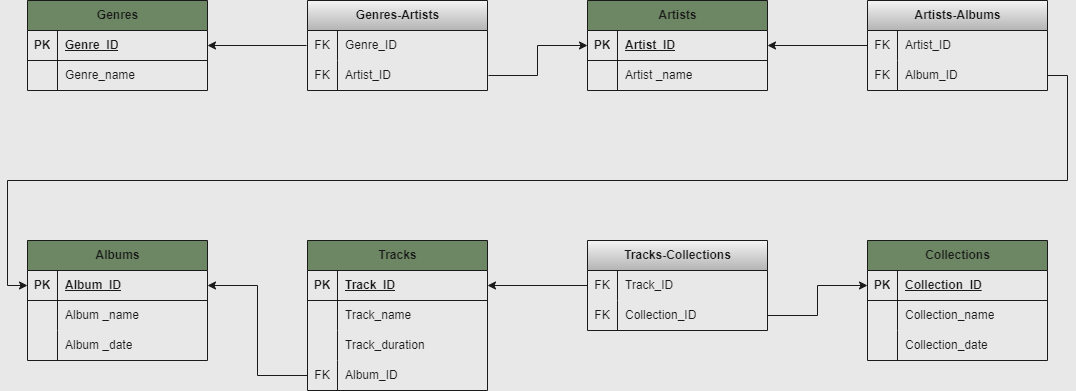
Earlier version of the draw.io export Home_work_database_2.drawio.png (semenov-vasily/Home_work_database). Source tidied: cells renumbered, new cells last; positions are measured from the earlier drawing's top-left corner, leaving out a move shared by most shapes.
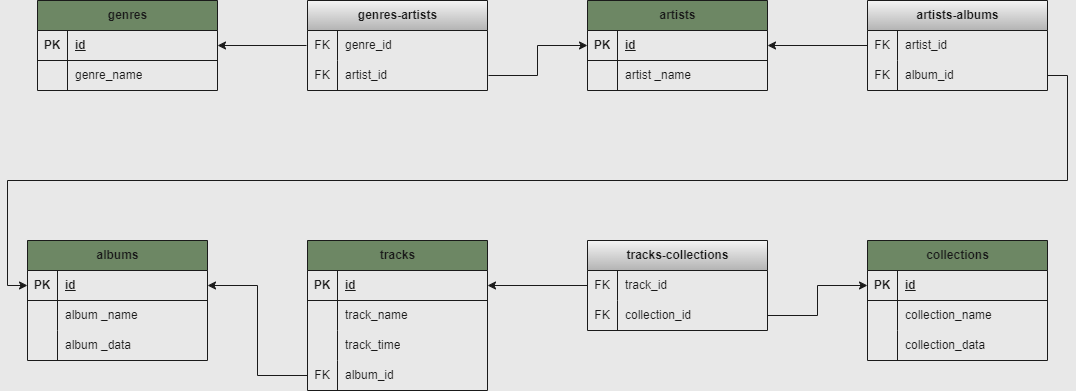
After the commit.

The edit, as a diff of the source:
```diff
@@ -4,4 +4,4 @@
     <mxCell id="1" parent="0" />
-    <mxCell id="2" value="Genres" style="shape=table;startSize=30;rowLines=0;fontStyle=1;align=center;html=1;rounded=0;labelBackgroundColor=none;fillColor=#6d8764;strokeColor=#1A1A1A;fontColor=#1A1A1A;labelBorderColor=none;swimlaneLine=1;shadow=0;fixDash=0;enumerate=0;comic=0;backgroundOutline=0;strokeWidth=1;" parent="1" vertex="1">
-      <mxGeometry width="180" height="90" as="geometry" />
+    <mxCell id="2" value="genres" style="shape=table;startSize=30;rowLines=0;fontStyle=1;align=center;html=1;rounded=0;labelBackgroundColor=none;fillColor=#6d8764;strokeColor=#1A1A1A;fontColor=#1A1A1A;labelBorderColor=none;swimlaneLine=1;shadow=0;fixDash=0;enumerate=0;comic=0;backgroundOutline=0;strokeWidth=1;" parent="1" vertex="1">
+      <mxGeometry x="10" width="180" height="90" as="geometry" />
     </mxCell>
@@ -13,3 +13,3 @@
     </mxCell>
-    <mxCell id="5" value="Genre_ID" style="shape=partialRectangle;fillColor=none;top=0;left=0;bottom=0;right=0;align=left;spacingLeft=6;fontStyle=5;overflow=hidden;whiteSpace=wrap;html=1;rounded=0;labelBackgroundColor=none;strokeColor=#1A1A1A;fontColor=#1A1A1A;labelBorderColor=none;swimlaneLine=1;shadow=0;fixDash=0;enumerate=0;comic=0;backgroundOutline=0;strokeWidth=1;" parent="3" vertex="1">
+    <mxCell id="5" value="id" style="shape=partialRectangle;fillColor=none;top=0;left=0;bottom=0;right=0;align=left;spacingLeft=6;fontStyle=5;overflow=hidden;whiteSpace=wrap;html=1;rounded=0;labelBackgroundColor=none;strokeColor=#1A1A1A;fontColor=#1A1A1A;labelBorderColor=none;swimlaneLine=1;shadow=0;fixDash=0;enumerate=0;comic=0;backgroundOutline=0;strokeWidth=1;" parent="3" vertex="1">
       <mxGeometry x="30" width="150" height="30" as="geometry" />
@@ -22,6 +22,6 @@
     </mxCell>
-    <mxCell id="8" value="Genre_name" style="shape=partialRectangle;fillColor=none;top=0;left=0;bottom=0;right=0;align=left;spacingLeft=6;overflow=hidden;whiteSpace=wrap;html=1;rounded=0;labelBackgroundColor=none;strokeColor=#1A1A1A;fontColor=#1A1A1A;labelBorderColor=none;swimlaneLine=1;shadow=0;fixDash=0;enumerate=0;comic=0;backgroundOutline=0;strokeWidth=1;" parent="6" vertex="1">
+    <mxCell id="8" value="genre_name" style="shape=partialRectangle;fillColor=none;top=0;left=0;bottom=0;right=0;align=left;spacingLeft=6;overflow=hidden;whiteSpace=wrap;html=1;rounded=0;labelBackgroundColor=none;strokeColor=#1A1A1A;fontColor=#1A1A1A;labelBorderColor=none;swimlaneLine=1;shadow=0;fixDash=0;enumerate=0;comic=0;backgroundOutline=0;strokeWidth=1;" parent="6" vertex="1">
       <mxGeometry x="30" width="150" height="30" as="geometry" />
     </mxCell>
-    <mxCell id="9" value="Artists" style="shape=table;startSize=30;rowLines=0;fontStyle=1;align=center;html=1;rounded=0;labelBackgroundColor=none;fillColor=#6d8764;strokeColor=#1A1A1A;fontColor=#1A1A1A;strokeWidth=1;labelBorderColor=none;swimlaneLine=1;shadow=0;fixDash=0;enumerate=0;comic=0;backgroundOutline=0;" parent="1" vertex="1">
+    <mxCell id="9" value="artists" style="shape=table;startSize=30;rowLines=0;fontStyle=1;align=center;html=1;rounded=0;labelBackgroundColor=none;fillColor=#6d8764;strokeColor=#1A1A1A;fontColor=#1A1A1A;strokeWidth=1;labelBorderColor=none;swimlaneLine=1;shadow=0;fixDash=0;enumerate=0;comic=0;backgroundOutline=0;" parent="1" vertex="1">
       <mxGeometry x="560" width="180" height="90" as="geometry" />
@@ -34,3 +34,3 @@
     </mxCell>
-    <mxCell id="12" value="Artist_ID" style="shape=partialRectangle;fillColor=none;top=0;left=0;bottom=0;right=0;align=left;spacingLeft=6;fontStyle=5;overflow=hidden;whiteSpace=wrap;html=1;rounded=0;labelBackgroundColor=none;strokeColor=#1A1A1A;fontColor=#1A1A1A;strokeWidth=1;labelBorderColor=none;swimlaneLine=1;shadow=0;fixDash=0;enumerate=0;comic=0;backgroundOutline=0;" parent="10" vertex="1">
+    <mxCell id="12" value="id" style="shape=partialRectangle;fillColor=none;top=0;left=0;bottom=0;right=0;align=left;spacingLeft=6;fontStyle=5;overflow=hidden;whiteSpace=wrap;html=1;rounded=0;labelBackgroundColor=none;strokeColor=#1A1A1A;fontColor=#1A1A1A;strokeWidth=1;labelBorderColor=none;swimlaneLine=1;shadow=0;fixDash=0;enumerate=0;comic=0;backgroundOutline=0;" parent="10" vertex="1">
       <mxGeometry x="30" width="150" height="30" as="geometry" />
@@ -43,6 +43,6 @@
     </mxCell>
-    <mxCell id="15" value="Artist _name" style="shape=partialRectangle;fillColor=none;top=0;left=0;bottom=0;right=0;align=left;spacingLeft=6;overflow=hidden;whiteSpace=wrap;html=1;rounded=0;labelBackgroundColor=none;strokeColor=#1A1A1A;fontColor=#1A1A1A;strokeWidth=1;labelBorderColor=none;swimlaneLine=1;shadow=0;fixDash=0;enumerate=0;comic=0;backgroundOutline=0;" parent="13" vertex="1">
+    <mxCell id="15" value="artist _name" style="shape=partialRectangle;fillColor=none;top=0;left=0;bottom=0;right=0;align=left;spacingLeft=6;overflow=hidden;whiteSpace=wrap;html=1;rounded=0;labelBackgroundColor=none;strokeColor=#1A1A1A;fontColor=#1A1A1A;strokeWidth=1;labelBorderColor=none;swimlaneLine=1;shadow=0;fixDash=0;enumerate=0;comic=0;backgroundOutline=0;" parent="13" vertex="1">
       <mxGeometry x="30" width="150" height="30" as="geometry" />
     </mxCell>
-    <mxCell id="16" value="Albums" style="shape=table;startSize=30;rowLines=0;fontStyle=1;align=center;html=1;rounded=0;labelBackgroundColor=none;fillColor=#6d8764;strokeColor=#1A1A1A;fontColor=#1A1A1A;labelBorderColor=none;swimlaneLine=1;shadow=0;fixDash=0;enumerate=0;comic=0;backgroundOutline=0;strokeWidth=1;" parent="1" vertex="1">
+    <mxCell id="16" value="albums" style="shape=table;startSize=30;rowLines=0;fontStyle=1;align=center;html=1;rounded=0;labelBackgroundColor=none;fillColor=#6d8764;strokeColor=#1A1A1A;fontColor=#1A1A1A;labelBorderColor=none;swimlaneLine=1;shadow=0;fixDash=0;enumerate=0;comic=0;backgroundOutline=0;strokeWidth=1;" parent="1" vertex="1">
       <mxGeometry y="240" width="180" height="120" as="geometry" />
@@ -55,3 +55,3 @@
     </mxCell>
-    <mxCell id="19" value="Album_ID" style="shape=partialRectangle;fillColor=none;top=0;left=0;bottom=0;right=0;align=left;spacingLeft=6;fontStyle=5;overflow=hidden;whiteSpace=wrap;html=1;rounded=0;labelBackgroundColor=none;strokeColor=#1A1A1A;fontColor=#1A1A1A;labelBorderColor=none;swimlaneLine=1;shadow=0;fixDash=0;enumerate=0;comic=0;backgroundOutline=0;strokeWidth=1;" parent="17" vertex="1">
+    <mxCell id="19" value="id" style="shape=partialRectangle;fillColor=none;top=0;left=0;bottom=0;right=0;align=left;spacingLeft=6;fontStyle=5;overflow=hidden;whiteSpace=wrap;html=1;rounded=0;labelBackgroundColor=none;strokeColor=#1A1A1A;fontColor=#1A1A1A;labelBorderColor=none;swimlaneLine=1;shadow=0;fixDash=0;enumerate=0;comic=0;backgroundOutline=0;strokeWidth=1;" parent="17" vertex="1">
       <mxGeometry x="30" width="150" height="30" as="geometry" />
@@ -64,3 +64,3 @@
     </mxCell>
-    <mxCell id="22" value="Album _name" style="shape=partialRectangle;fillColor=none;top=0;left=0;bottom=0;right=0;align=left;spacingLeft=6;overflow=hidden;whiteSpace=wrap;html=1;rounded=0;labelBackgroundColor=none;strokeColor=#1A1A1A;fontColor=#1A1A1A;labelBorderColor=none;swimlaneLine=1;shadow=0;fixDash=0;enumerate=0;comic=0;backgroundOutline=0;strokeWidth=1;" parent="20" vertex="1">
+    <mxCell id="22" value="album _name" style="shape=partialRectangle;fillColor=none;top=0;left=0;bottom=0;right=0;align=left;spacingLeft=6;overflow=hidden;whiteSpace=wrap;html=1;rounded=0;labelBackgroundColor=none;strokeColor=#1A1A1A;fontColor=#1A1A1A;labelBorderColor=none;swimlaneLine=1;shadow=0;fixDash=0;enumerate=0;comic=0;backgroundOutline=0;strokeWidth=1;" parent="20" vertex="1">
       <mxGeometry x="30" width="150" height="30" as="geometry" />
@@ -73,6 +73,6 @@
     </mxCell>
-    <mxCell id="25" value="Album _date" style="shape=partialRectangle;fillColor=none;top=0;left=0;bottom=0;right=0;align=left;spacingLeft=6;overflow=hidden;whiteSpace=wrap;html=1;rounded=0;labelBackgroundColor=none;strokeColor=#1A1A1A;fontColor=#1A1A1A;labelBorderColor=none;swimlaneLine=1;shadow=0;fixDash=0;enumerate=0;comic=0;backgroundOutline=0;strokeWidth=1;" parent="23" vertex="1">
+    <mxCell id="25" value="album _data" style="shape=partialRectangle;fillColor=none;top=0;left=0;bottom=0;right=0;align=left;spacingLeft=6;overflow=hidden;whiteSpace=wrap;html=1;rounded=0;labelBackgroundColor=none;strokeColor=#1A1A1A;fontColor=#1A1A1A;labelBorderColor=none;swimlaneLine=1;shadow=0;fixDash=0;enumerate=0;comic=0;backgroundOutline=0;strokeWidth=1;" parent="23" vertex="1">
       <mxGeometry x="30" width="150" height="30" as="geometry" />
     </mxCell>
-    <mxCell id="26" value="Tracks" style="shape=table;startSize=30;rowLines=0;fontStyle=1;align=center;html=1;rounded=0;swimlaneLine=1;labelBackgroundColor=none;fillColor=#6d8764;strokeColor=#1A1A1A;fontColor=#1A1A1A;labelBorderColor=none;shadow=0;fixDash=0;enumerate=0;comic=0;backgroundOutline=0;strokeWidth=1;" parent="1" vertex="1">
+    <mxCell id="26" value="tracks" style="shape=table;startSize=30;rowLines=0;fontStyle=1;align=center;html=1;rounded=0;swimlaneLine=1;labelBackgroundColor=none;fillColor=#6d8764;strokeColor=#1A1A1A;fontColor=#1A1A1A;labelBorderColor=none;shadow=0;fixDash=0;enumerate=0;comic=0;backgroundOutline=0;strokeWidth=1;" parent="1" vertex="1">
       <mxGeometry x="280" y="240" width="180" height="150" as="geometry" />
@@ -85,3 +85,3 @@
     </mxCell>
-    <mxCell id="29" value="Track_ID" style="shape=partialRectangle;fillColor=none;top=0;left=0;bottom=0;right=0;align=left;spacingLeft=6;fontStyle=5;overflow=hidden;whiteSpace=wrap;html=1;rounded=0;labelBackgroundColor=none;strokeColor=#1A1A1A;fontColor=#1A1A1A;labelBorderColor=none;swimlaneLine=1;shadow=0;fixDash=0;enumerate=0;comic=0;backgroundOutline=0;strokeWidth=1;" parent="27" vertex="1">
+    <mxCell id="29" value="id" style="shape=partialRectangle;fillColor=none;top=0;left=0;bottom=0;right=0;align=left;spacingLeft=6;fontStyle=5;overflow=hidden;whiteSpace=wrap;html=1;rounded=0;labelBackgroundColor=none;strokeColor=#1A1A1A;fontColor=#1A1A1A;labelBorderColor=none;swimlaneLine=1;shadow=0;fixDash=0;enumerate=0;comic=0;backgroundOutline=0;strokeWidth=1;" parent="27" vertex="1">
       <mxGeometry x="30" width="150" height="30" as="geometry" />
@@ -94,3 +94,3 @@
     </mxCell>
-    <mxCell id="32" value="Track_name" style="shape=partialRectangle;fillColor=none;top=0;left=0;bottom=0;right=0;align=left;spacingLeft=6;overflow=hidden;whiteSpace=wrap;html=1;rounded=0;labelBackgroundColor=none;strokeColor=#1A1A1A;fontColor=#1A1A1A;labelBorderColor=none;swimlaneLine=1;shadow=0;fixDash=0;enumerate=0;comic=0;backgroundOutline=0;strokeWidth=1;" parent="30" vertex="1">
+    <mxCell id="32" value="track_name" style="shape=partialRectangle;fillColor=none;top=0;left=0;bottom=0;right=0;align=left;spacingLeft=6;overflow=hidden;whiteSpace=wrap;html=1;rounded=0;labelBackgroundColor=none;strokeColor=#1A1A1A;fontColor=#1A1A1A;labelBorderColor=none;swimlaneLine=1;shadow=0;fixDash=0;enumerate=0;comic=0;backgroundOutline=0;strokeWidth=1;" parent="30" vertex="1">
       <mxGeometry x="30" width="150" height="30" as="geometry" />
@@ -103,3 +103,3 @@
     </mxCell>
-    <mxCell id="35" value="Track_duration" style="shape=partialRectangle;fillColor=none;top=0;left=0;bottom=0;right=0;align=left;spacingLeft=6;overflow=hidden;whiteSpace=wrap;html=1;rounded=0;labelBackgroundColor=none;strokeColor=#1A1A1A;fontColor=#1A1A1A;labelBorderColor=none;swimlaneLine=1;shadow=0;fixDash=0;enumerate=0;comic=0;backgroundOutline=0;strokeWidth=1;" parent="33" vertex="1">
+    <mxCell id="35" value="track_time" style="shape=partialRectangle;fillColor=none;top=0;left=0;bottom=0;right=0;align=left;spacingLeft=6;overflow=hidden;whiteSpace=wrap;html=1;rounded=0;labelBackgroundColor=none;strokeColor=#1A1A1A;fontColor=#1A1A1A;labelBorderColor=none;swimlaneLine=1;shadow=0;fixDash=0;enumerate=0;comic=0;backgroundOutline=0;strokeWidth=1;" parent="33" vertex="1">
       <mxGeometry x="30" width="150" height="30" as="geometry" />
@@ -112,3 +112,3 @@
     </mxCell>
-    <mxCell id="38" value="Album_ID" style="shape=partialRectangle;fillColor=none;top=0;left=0;bottom=0;right=0;align=left;spacingLeft=6;overflow=hidden;whiteSpace=wrap;html=1;rounded=0;labelBackgroundColor=none;strokeColor=#1A1A1A;fontColor=#1A1A1A;labelBorderColor=none;swimlaneLine=1;shadow=0;fixDash=0;enumerate=0;comic=0;backgroundOutline=0;strokeWidth=1;" parent="36" vertex="1">
+    <mxCell id="38" value="album_id" style="shape=partialRectangle;fillColor=none;top=0;left=0;bottom=0;right=0;align=left;spacingLeft=6;overflow=hidden;whiteSpace=wrap;html=1;rounded=0;labelBackgroundColor=none;strokeColor=#1A1A1A;fontColor=#1A1A1A;labelBorderColor=none;swimlaneLine=1;shadow=0;fixDash=0;enumerate=0;comic=0;backgroundOutline=0;strokeWidth=1;" parent="36" vertex="1">
       <mxGeometry x="30" width="150" height="30" as="geometry" />
@@ -118,3 +118,3 @@
     </mxCell>
-    <mxCell id="40" value="Genres-Artists" style="shape=table;startSize=30;rowLines=0;fontStyle=1;align=center;html=1;fillColor=#f5f5f5;strokeColor=#1A1A1A;gradientColor=#b3b3b3;swimlaneLine=1;perimeterSpacing=1;swimlaneFillColor=none;fontColor=#1A1A1A;labelBorderColor=none;shadow=0;fixDash=0;enumerate=0;comic=0;backgroundOutline=0;strokeWidth=1;" parent="1" vertex="1">
+    <mxCell id="40" value="genres-artists" style="shape=table;startSize=30;rowLines=0;fontStyle=1;align=center;html=1;fillColor=#f5f5f5;strokeColor=#1A1A1A;gradientColor=#b3b3b3;swimlaneLine=1;perimeterSpacing=1;swimlaneFillColor=none;fontColor=#1A1A1A;labelBorderColor=none;shadow=0;fixDash=0;enumerate=0;comic=0;backgroundOutline=0;strokeWidth=1;" parent="1" vertex="1">
       <mxGeometry x="280" width="180" height="90" as="geometry" />
@@ -127,3 +127,3 @@
     </mxCell>
-    <mxCell id="43" value="Genre_ID" style="shape=partialRectangle;fillColor=none;top=0;left=0;bottom=0;right=0;align=left;spacingLeft=6;overflow=hidden;whiteSpace=wrap;html=1;strokeColor=#1A1A1A;perimeterSpacing=1;fontColor=#1A1A1A;labelBorderColor=none;swimlaneLine=1;shadow=0;fixDash=0;enumerate=0;comic=0;backgroundOutline=0;strokeWidth=1;" parent="41" vertex="1">
+    <mxCell id="43" value="genre_id" style="shape=partialRectangle;fillColor=none;top=0;left=0;bottom=0;right=0;align=left;spacingLeft=6;overflow=hidden;whiteSpace=wrap;html=1;strokeColor=#1A1A1A;perimeterSpacing=1;fontColor=#1A1A1A;labelBorderColor=none;swimlaneLine=1;shadow=0;fixDash=0;enumerate=0;comic=0;backgroundOutline=0;strokeWidth=1;" parent="41" vertex="1">
       <mxGeometry x="30" width="150" height="30" as="geometry" />
@@ -136,3 +136,3 @@
     </mxCell>
-    <mxCell id="46" value="Artist_ID" style="shape=partialRectangle;fillColor=none;top=0;left=0;bottom=0;right=0;align=left;spacingLeft=6;overflow=hidden;whiteSpace=wrap;html=1;strokeColor=#1A1A1A;perimeterSpacing=1;fontColor=#1A1A1A;labelBorderColor=none;swimlaneLine=1;shadow=0;fixDash=0;enumerate=0;comic=0;backgroundOutline=0;strokeWidth=1;" parent="44" vertex="1">
+    <mxCell id="46" value="artist_id" style="shape=partialRectangle;fillColor=none;top=0;left=0;bottom=0;right=0;align=left;spacingLeft=6;overflow=hidden;whiteSpace=wrap;html=1;strokeColor=#1A1A1A;perimeterSpacing=1;fontColor=#1A1A1A;labelBorderColor=none;swimlaneLine=1;shadow=0;fixDash=0;enumerate=0;comic=0;backgroundOutline=0;strokeWidth=1;" parent="44" vertex="1">
       <mxGeometry x="30" width="150" height="30" as="geometry" />
@@ -148,3 +148,3 @@
     </mxCell>
-    <mxCell id="50" value="Artists-Albums" style="shape=table;startSize=30;rowLines=0;fontStyle=1;align=center;html=1;fillColor=#f5f5f5;gradientColor=#b3b3b3;strokeColor=#1A1A1A;fontColor=#1A1A1A;labelBorderColor=none;swimlaneLine=1;shadow=0;snapToPoint=0;fixDash=0;enumerate=0;comic=0;backgroundOutline=0;strokeWidth=1;" parent="1" vertex="1">
+    <mxCell id="50" value="artists-albums" style="shape=table;startSize=30;rowLines=0;fontStyle=1;align=center;html=1;fillColor=#f5f5f5;gradientColor=#b3b3b3;strokeColor=#1A1A1A;fontColor=#1A1A1A;labelBorderColor=none;swimlaneLine=1;shadow=0;snapToPoint=0;fixDash=0;enumerate=0;comic=0;backgroundOutline=0;strokeWidth=1;" parent="1" vertex="1">
       <mxGeometry x="840" width="180" height="90" as="geometry" />
@@ -157,3 +157,3 @@
     </mxCell>
-    <mxCell id="53" value="Artist_ID" style="shape=partialRectangle;fillColor=none;top=0;left=0;bottom=0;right=0;align=left;spacingLeft=6;overflow=hidden;whiteSpace=wrap;html=1;strokeColor=#1A1A1A;fontColor=#1A1A1A;labelBorderColor=none;swimlaneLine=1;shadow=0;fixDash=0;enumerate=0;comic=0;backgroundOutline=0;strokeWidth=1;" parent="51" vertex="1">
+    <mxCell id="53" value="artist_id" style="shape=partialRectangle;fillColor=none;top=0;left=0;bottom=0;right=0;align=left;spacingLeft=6;overflow=hidden;whiteSpace=wrap;html=1;strokeColor=#1A1A1A;fontColor=#1A1A1A;labelBorderColor=none;swimlaneLine=1;shadow=0;fixDash=0;enumerate=0;comic=0;backgroundOutline=0;strokeWidth=1;" parent="51" vertex="1">
       <mxGeometry x="30" width="150" height="30" as="geometry" />
@@ -166,3 +166,3 @@
     </mxCell>
-    <mxCell id="56" value="Album_ID" style="shape=partialRectangle;fillColor=none;top=0;left=0;bottom=0;right=0;align=left;spacingLeft=6;overflow=hidden;whiteSpace=wrap;html=1;strokeColor=#1A1A1A;fontColor=#1A1A1A;labelBorderColor=none;swimlaneLine=1;shadow=0;fixDash=0;enumerate=0;comic=0;backgroundOutline=0;strokeWidth=1;" parent="54" vertex="1">
+    <mxCell id="56" value="album_id" style="shape=partialRectangle;fillColor=none;top=0;left=0;bottom=0;right=0;align=left;spacingLeft=6;overflow=hidden;whiteSpace=wrap;html=1;strokeColor=#1A1A1A;fontColor=#1A1A1A;labelBorderColor=none;swimlaneLine=1;shadow=0;fixDash=0;enumerate=0;comic=0;backgroundOutline=0;strokeWidth=1;" parent="54" vertex="1">
       <mxGeometry x="30" width="150" height="30" as="geometry" />
@@ -172,3 +172,3 @@
     </mxCell>
-    <mxCell id="58" value="Collections" style="shape=table;startSize=30;rowLines=0;fontStyle=1;align=center;html=1;fillColor=#6d8764;strokeColor=#1A1A1A;fontColor=#1A1A1A;labelBorderColor=none;swimlaneLine=1;shadow=0;fixDash=0;enumerate=0;comic=0;backgroundOutline=0;strokeWidth=1;" parent="1" vertex="1">
+    <mxCell id="58" value="collections" style="shape=table;startSize=30;rowLines=0;fontStyle=1;align=center;html=1;fillColor=#6d8764;strokeColor=#1A1A1A;fontColor=#1A1A1A;labelBorderColor=none;swimlaneLine=1;shadow=0;fixDash=0;enumerate=0;comic=0;backgroundOutline=0;strokeWidth=1;" parent="1" vertex="1">
       <mxGeometry x="840" y="240" width="180" height="120" as="geometry" />
@@ -181,3 +181,3 @@
     </mxCell>
-    <mxCell id="61" value="Collection_ID" style="shape=partialRectangle;fillColor=none;top=0;left=0;bottom=0;right=0;align=left;spacingLeft=6;fontStyle=5;overflow=hidden;whiteSpace=wrap;html=1;strokeColor=#1A1A1A;fontColor=#1A1A1A;labelBorderColor=none;swimlaneLine=1;shadow=0;fixDash=0;enumerate=0;comic=0;backgroundOutline=0;strokeWidth=1;" parent="59" vertex="1">
+    <mxCell id="61" value="id" style="shape=partialRectangle;fillColor=none;top=0;left=0;bottom=0;right=0;align=left;spacingLeft=6;fontStyle=5;overflow=hidden;whiteSpace=wrap;html=1;strokeColor=#1A1A1A;fontColor=#1A1A1A;labelBorderColor=none;swimlaneLine=1;shadow=0;fixDash=0;enumerate=0;comic=0;backgroundOutline=0;strokeWidth=1;" parent="59" vertex="1">
       <mxGeometry x="30" width="150" height="30" as="geometry" />
@@ -190,3 +190,3 @@
     </mxCell>
-    <mxCell id="64" value="Collection_name" style="shape=partialRectangle;fillColor=none;top=0;left=0;bottom=0;right=0;align=left;spacingLeft=6;overflow=hidden;whiteSpace=wrap;html=1;strokeColor=#1A1A1A;fontColor=#1A1A1A;labelBorderColor=none;swimlaneLine=1;shadow=0;fixDash=0;enumerate=0;comic=0;backgroundOutline=0;strokeWidth=1;" parent="62" vertex="1">
+    <mxCell id="64" value="collection_name" style="shape=partialRectangle;fillColor=none;top=0;left=0;bottom=0;right=0;align=left;spacingLeft=6;overflow=hidden;whiteSpace=wrap;html=1;strokeColor=#1A1A1A;fontColor=#1A1A1A;labelBorderColor=none;swimlaneLine=1;shadow=0;fixDash=0;enumerate=0;comic=0;backgroundOutline=0;strokeWidth=1;" parent="62" vertex="1">
       <mxGeometry x="30" width="150" height="30" as="geometry" />
@@ -199,6 +199,6 @@
     </mxCell>
-    <mxCell id="67" value="Collection_date" style="shape=partialRectangle;fillColor=none;top=0;left=0;bottom=0;right=0;align=left;spacingLeft=6;overflow=hidden;whiteSpace=wrap;html=1;strokeColor=#1A1A1A;fontColor=#1A1A1A;labelBorderColor=none;swimlaneLine=1;shadow=0;fixDash=0;enumerate=0;comic=0;backgroundOutline=0;strokeWidth=1;" parent="65" vertex="1">
+    <mxCell id="67" value="collection_data" style="shape=partialRectangle;fillColor=none;top=0;left=0;bottom=0;right=0;align=left;spacingLeft=6;overflow=hidden;whiteSpace=wrap;html=1;strokeColor=#1A1A1A;fontColor=#1A1A1A;labelBorderColor=none;swimlaneLine=1;shadow=0;fixDash=0;enumerate=0;comic=0;backgroundOutline=0;strokeWidth=1;" parent="65" vertex="1">
       <mxGeometry x="30" width="150" height="30" as="geometry" />
     </mxCell>
-    <mxCell id="68" value="Tracks-Collections" style="shape=table;startSize=30;rowLines=0;fontStyle=1;align=center;html=1;fillColor=#f5f5f5;gradientColor=#b3b3b3;strokeColor=#1A1A1A;fontColor=#1A1A1A;labelBorderColor=none;swimlaneLine=1;shadow=0;fixDash=0;enumerate=0;comic=0;backgroundOutline=0;strokeWidth=1;" parent="1" vertex="1">
+    <mxCell id="68" value="tracks-collections" style="shape=table;startSize=30;rowLines=0;fontStyle=1;align=center;html=1;fillColor=#f5f5f5;gradientColor=#b3b3b3;strokeColor=#1A1A1A;fontColor=#1A1A1A;labelBorderColor=none;swimlaneLine=1;shadow=0;fixDash=0;enumerate=0;comic=0;backgroundOutline=0;strokeWidth=1;" parent="1" vertex="1">
       <mxGeometry x="560" y="240" width="180" height="90" as="geometry" />
@@ -211,3 +211,3 @@
     </mxCell>
-    <mxCell id="71" value="Track_ID" style="shape=partialRectangle;fillColor=none;top=0;left=0;bottom=0;right=0;align=left;spacingLeft=6;overflow=hidden;whiteSpace=wrap;html=1;strokeColor=#1A1A1A;fontColor=#1A1A1A;labelBorderColor=none;swimlaneLine=1;shadow=0;fixDash=0;enumerate=0;comic=0;backgroundOutline=0;strokeWidth=1;" parent="69" vertex="1">
+    <mxCell id="71" value="track_id" style="shape=partialRectangle;fillColor=none;top=0;left=0;bottom=0;right=0;align=left;spacingLeft=6;overflow=hidden;whiteSpace=wrap;html=1;strokeColor=#1A1A1A;fontColor=#1A1A1A;labelBorderColor=none;swimlaneLine=1;shadow=0;fixDash=0;enumerate=0;comic=0;backgroundOutline=0;strokeWidth=1;" parent="69" vertex="1">
       <mxGeometry x="30" width="150" height="30" as="geometry" />
@@ -220,3 +220,3 @@
     </mxCell>
-    <mxCell id="74" value="Collection_ID" style="shape=partialRectangle;fillColor=none;top=0;left=0;bottom=0;right=0;align=left;spacingLeft=6;overflow=hidden;whiteSpace=wrap;html=1;strokeColor=#1A1A1A;fontColor=#1A1A1A;labelBorderColor=none;swimlaneLine=1;shadow=0;fixDash=0;enumerate=0;comic=0;backgroundOutline=0;strokeWidth=1;" parent="72" vertex="1">
+    <mxCell id="74" value="collection_id" style="shape=partialRectangle;fillColor=none;top=0;left=0;bottom=0;right=0;align=left;spacingLeft=6;overflow=hidden;whiteSpace=wrap;html=1;strokeColor=#1A1A1A;fontColor=#1A1A1A;labelBorderColor=none;swimlaneLine=1;shadow=0;fixDash=0;enumerate=0;comic=0;backgroundOutline=0;strokeWidth=1;" parent="72" vertex="1">
       <mxGeometry x="30" width="150" height="30" as="geometry" />
```
